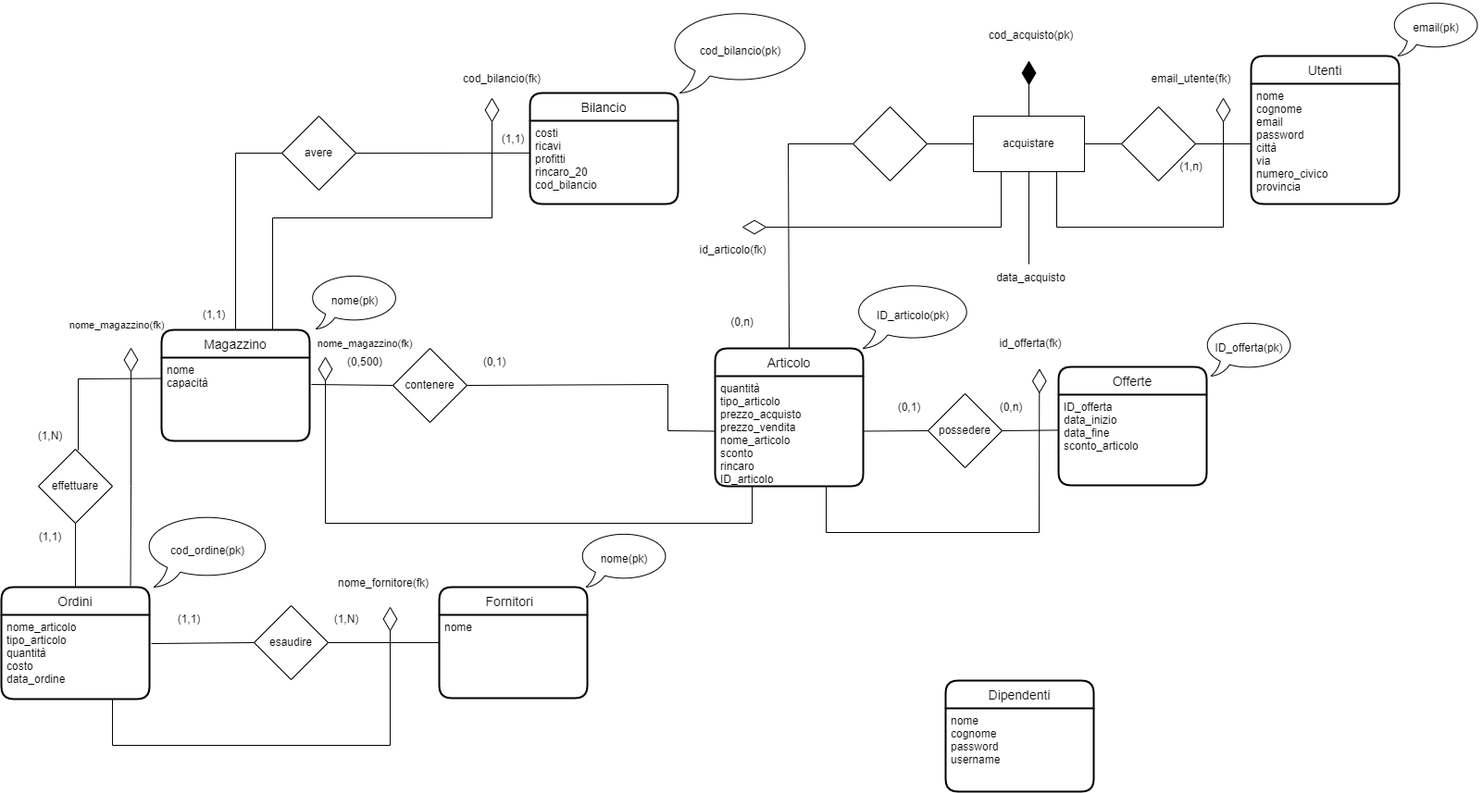
Before: PL.png, a diagram exported from draw.io (Bugigio/Negozi-Sportivi). Source tidied: cells renumbered, new cells last; positions are measured from the earlier drawing's top-left corner, leaving out a move shared by most shapes.
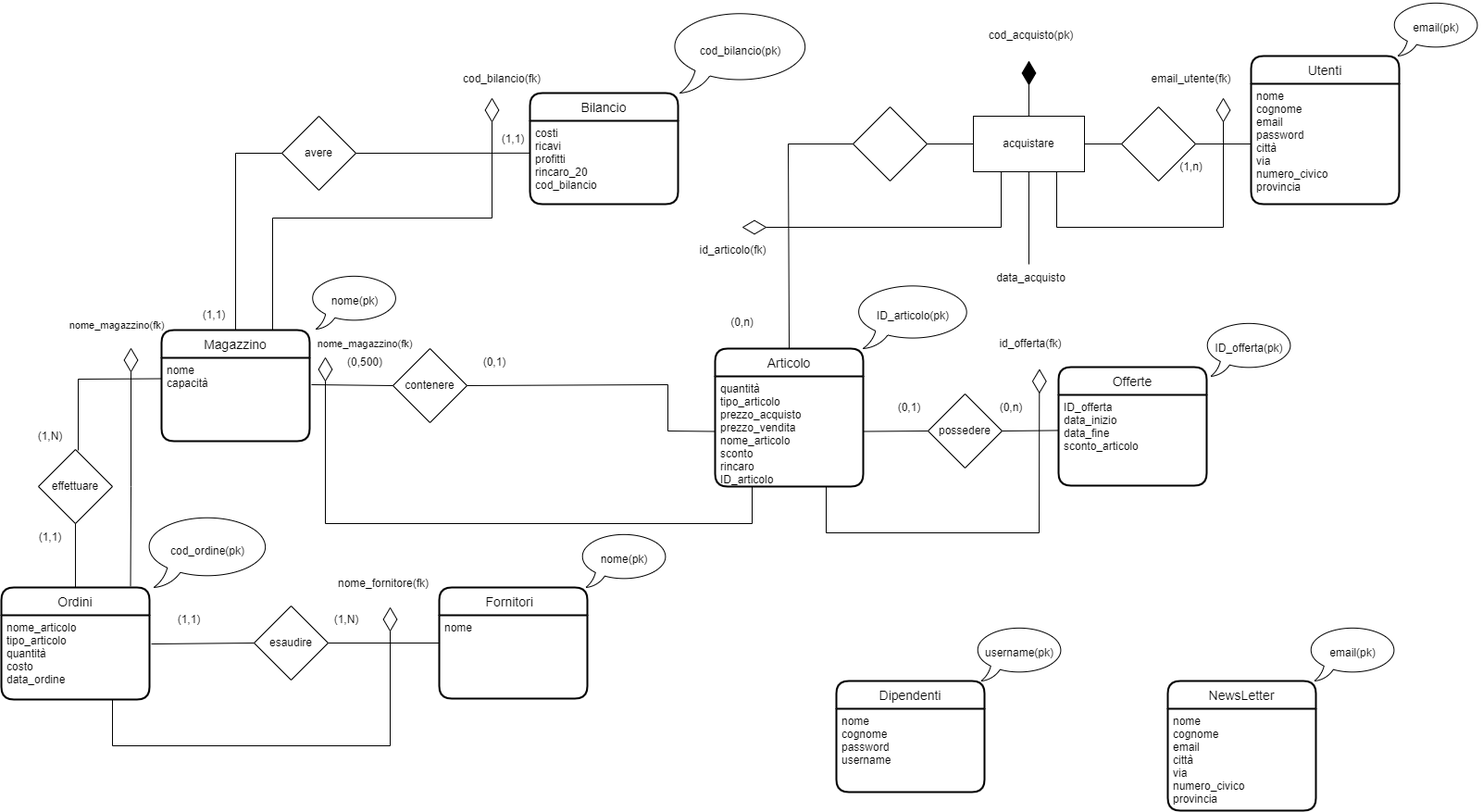
The same file after the commit.

Diff of the diagram source:
```diff
@@ -206,7 +206,7 @@
       <mxGeometry x="1082" y="356" width="60" height="30" as="geometry" />
     </mxCell>
     <mxCell id="55" value="Dipendenti" style="swimlane;horizontal=1;startSize=30;rounded=1;fontSize=14;fontStyle=0;strokeWidth=2;shadow=0;dashed=0;align=center;fillColor=default;" parent="1" vertex="1">
-      <mxGeometry x="1020" y="735" width="160" height="120" as="geometry" />
+      <mxGeometry x="902" y="735" width="160" height="120" as="geometry" />
     </mxCell>
     <mxCell id="56" value="nome&#10;cognome&#10;password &#10;username&#10;&#10;" style="align=left;strokeColor=none;fillColor=none;spacingLeft=4;fontSize=12;verticalAlign=top;" parent="55" vertex="1">
       <mxGeometry y="30" width="160" height="90" as="geometry" />
@@ -290,5 +290,17 @@
     <mxCell id="76" value="(1,n)" style="text;html=1;align=center;verticalAlign=middle;strokeColor=none;fillColor=none;" parent="1" vertex="1">
       <mxGeometry x="1260" y="165" width="50" height="30" as="geometry" />
     </mxCell>
+    <mxCell id="77" value="NewsLetter" style="swimlane;horizontal=1;startSize=30;rounded=1;fontSize=14;fontStyle=0;strokeWidth=2;shadow=0;dashed=0;align=center;fillColor=default;" parent="1" vertex="1">
+      <mxGeometry x="1260" y="735" width="160" height="140" as="geometry" />
+    </mxCell>
+    <mxCell id="78" value="nome&#10;cognome&#10;email&#10;città&#10;via &#10;numero_civico&#10;provincia" style="align=left;strokeColor=none;fillColor=none;spacingLeft=4;fontSize=12;verticalAlign=top;" parent="77" vertex="1">
+      <mxGeometry y="30" width="160" height="110" as="geometry" />
+    </mxCell>
+    <mxCell id="79" value="username(pk)" style="whiteSpace=wrap;html=1;shape=mxgraph.basic.oval_callout;" parent="1" vertex="1">
+      <mxGeometry x="1050" y="675" width="100" height="60" as="geometry" />
+    </mxCell>
+    <mxCell id="80" value="email(pk)" style="whiteSpace=wrap;html=1;shape=mxgraph.basic.oval_callout;" parent="1" vertex="1">
+      <mxGeometry x="1410" y="675" width="100" height="60" as="geometry" />
+    </mxCell>
   </root>
 </mxGraphModel>
```
